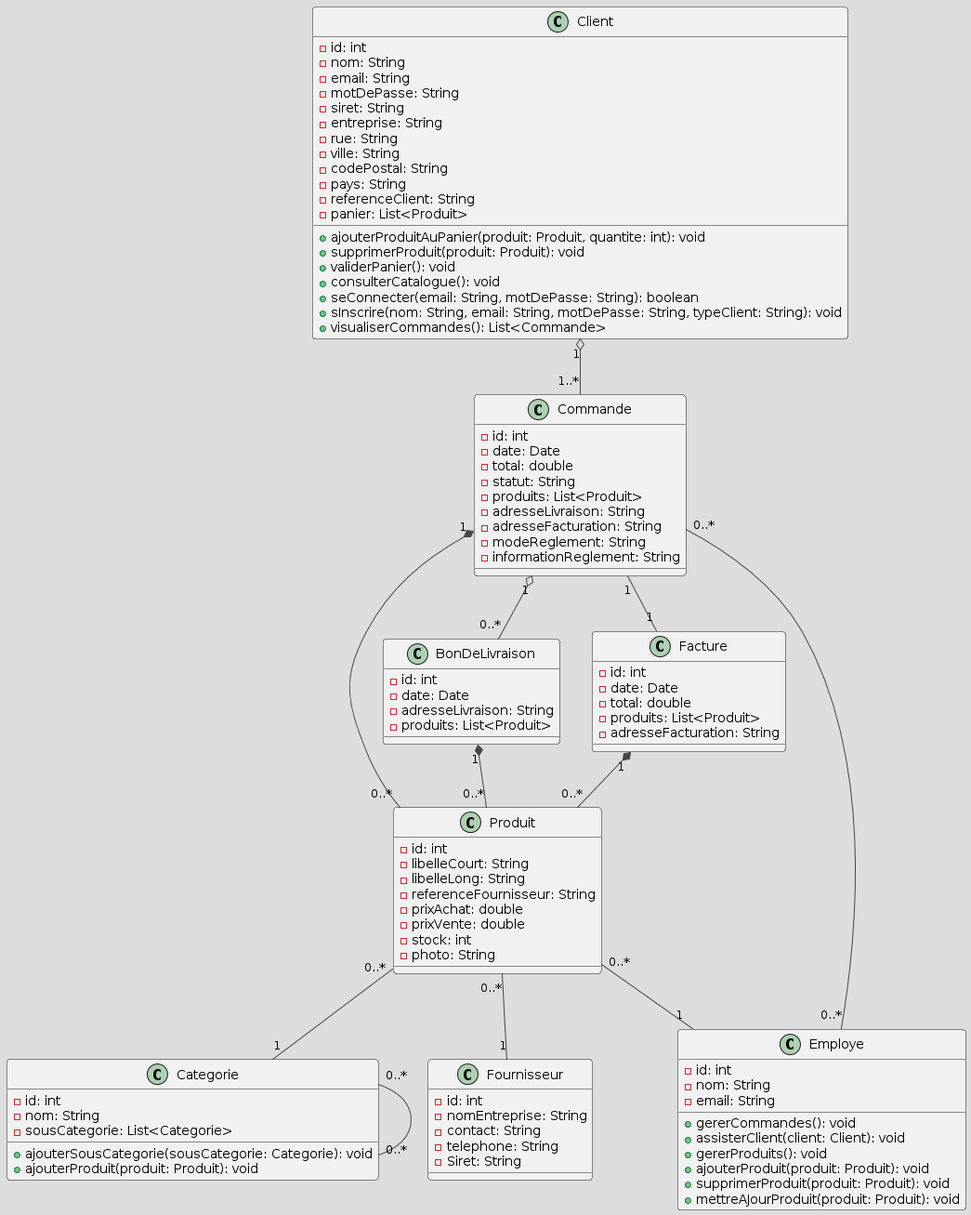
clemence95/villagegreen keeps this PlantUML diagram as modelisation/diagramme_classe.png. Above is the earlier version.
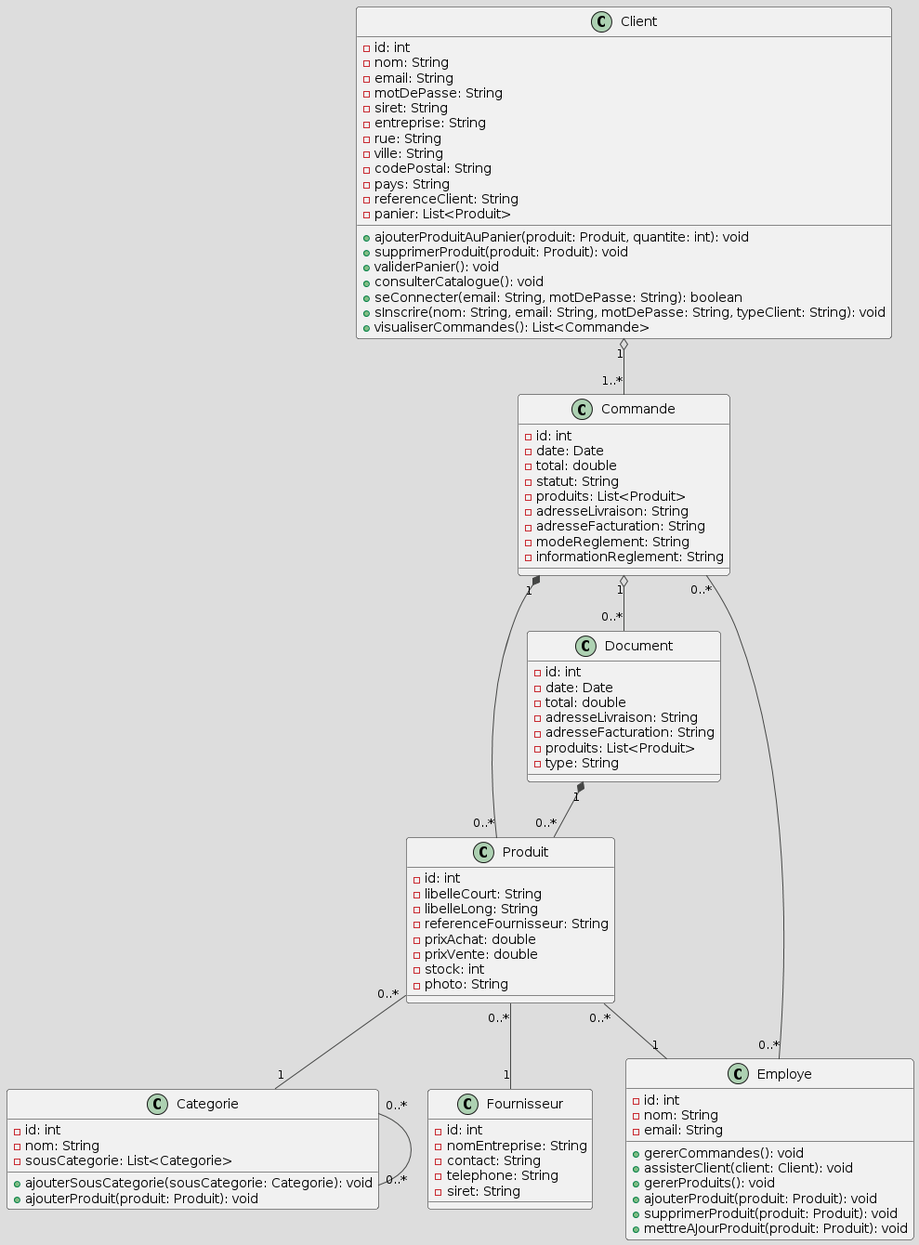
After the change.

Diff of the diagram source:
```diff
@@ -47,7 +47,7 @@
     - nomEntreprise: String
     - contact: String
     - telephone: String
-    - Siret: String
+    - siret: String
 }
 
 class Commande {
@@ -62,19 +62,14 @@
     - informationReglement: String
 }
 
-class BonDeLivraison {
-    - id: int
-    - date: Date
-    - adresseLivraison: String
-    - produits: List<Produit>
-}
-
-class Facture {
+class Document {
     - id: int
     - date: Date
     - total: double
+    - adresseLivraison: String
+    - adresseFacturation: String
     - produits: List<Produit>
-    - adresseFacturation: String
+    - type: String
 }
 
 class Employe {
@@ -91,10 +86,8 @@
 
 Client "1" o-- "1..*" Commande
 Commande "1" *-- "0..*" Produit
-Commande "1" o-- "0..*" BonDeLivraison
-Commande "1" -- "1" Facture
-BonDeLivraison "1" *-- "0..*" Produit
-Facture "1" *-- "0..*" Produit
+Commande "1" o-- "0..*" Document
+Document "1" *-- "0..*" Produit
 Produit "0..*" -- "1" Fournisseur
 Produit "0..*" -- "1" Categorie
 Categorie "0..*" -- "0..*" Categorie
```
